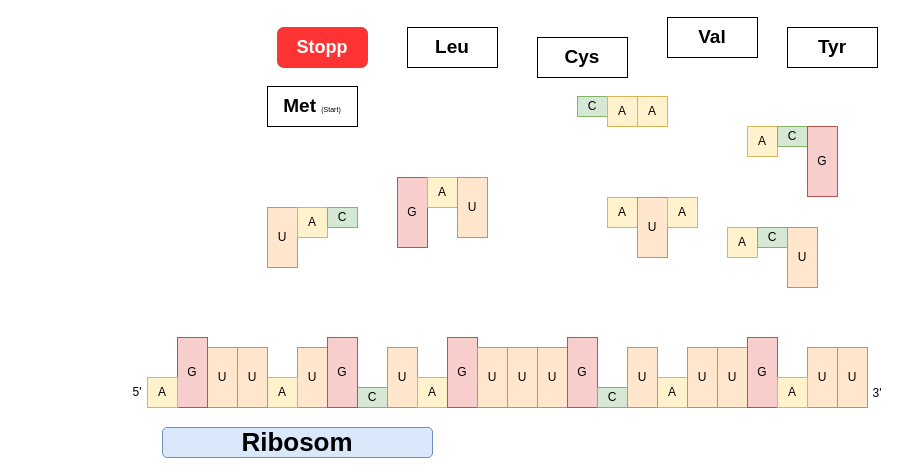
Earlier version of the draw.io diagram 00Biologie/Translation/BausteineTranslation.drawio (Hi2272/Hi2272.github.io). Source tidied: cells renumbered, new cells numbered last; positions are measured from the earlier drawing's top-left corner, leaving out a move shared by most shapes. Both pictures are drawn from the tidied source at 100%, with x=0, y=0 at pixel (107, 17).
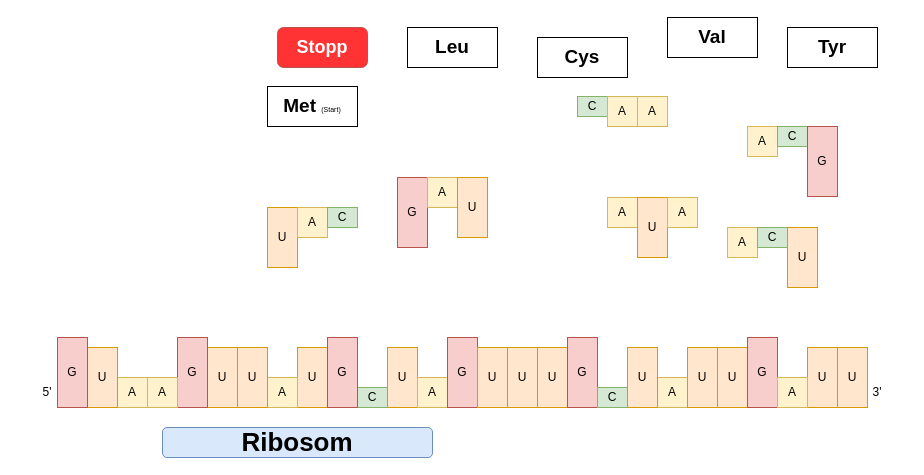
The same page after the edit.

Commit message (it also covers changes not shown here):
RNS länger

The edit, as a diff of the source:
```diff
@@
     <mxCell id="50" value="5'" style="text;html=1;whiteSpace=wrap;strokeColor=none;fillColor=none;align=center;verticalAlign=middle;rounded=0;" parent="1" vertex="1">
-      <mxGeometry y="360" width="60" height="30" as="geometry" />
+      <mxGeometry x="-90" y="360" width="60" height="30" as="geometry" />
     </mxCell>
     <mxCell id="51" value="3'" style="text;html=1;whiteSpace=wrap;strokeColor=none;fillColor=none;align=center;verticalAlign=middle;rounded=0;" parent="1" vertex="1">
-      <mxGeometry x="740" y="361" width="60" height="30" as="geometry" />
+      <mxGeometry x="740" y="360" width="60" height="30" as="geometry" />
     </mxCell>
@@
+    <mxCell id="53" value="A" style="rounded=0;whiteSpace=wrap;html=1;fillColor=#fff2cc;strokeColor=#d6b656;" parent="1" vertex="1">
+      <mxGeometry x="10" y="360" width="30" height="30" as="geometry" />
+    </mxCell>
+    <mxCell id="54" value="U" style="rounded=0;whiteSpace=wrap;html=1;fillColor=#ffe6cc;strokeColor=#d79b00;" parent="1" vertex="1">
+      <mxGeometry x="-20" y="330" width="30" height="60" as="geometry" />
+    </mxCell>
+    <mxCell id="55" value="G" style="rounded=0;whiteSpace=wrap;html=1;fillColor=#f8cecc;strokeColor=#b85450;" parent="1" vertex="1">
+      <mxGeometry x="-50" y="320" width="30" height="70" as="geometry" />
+    </mxCell>
```
